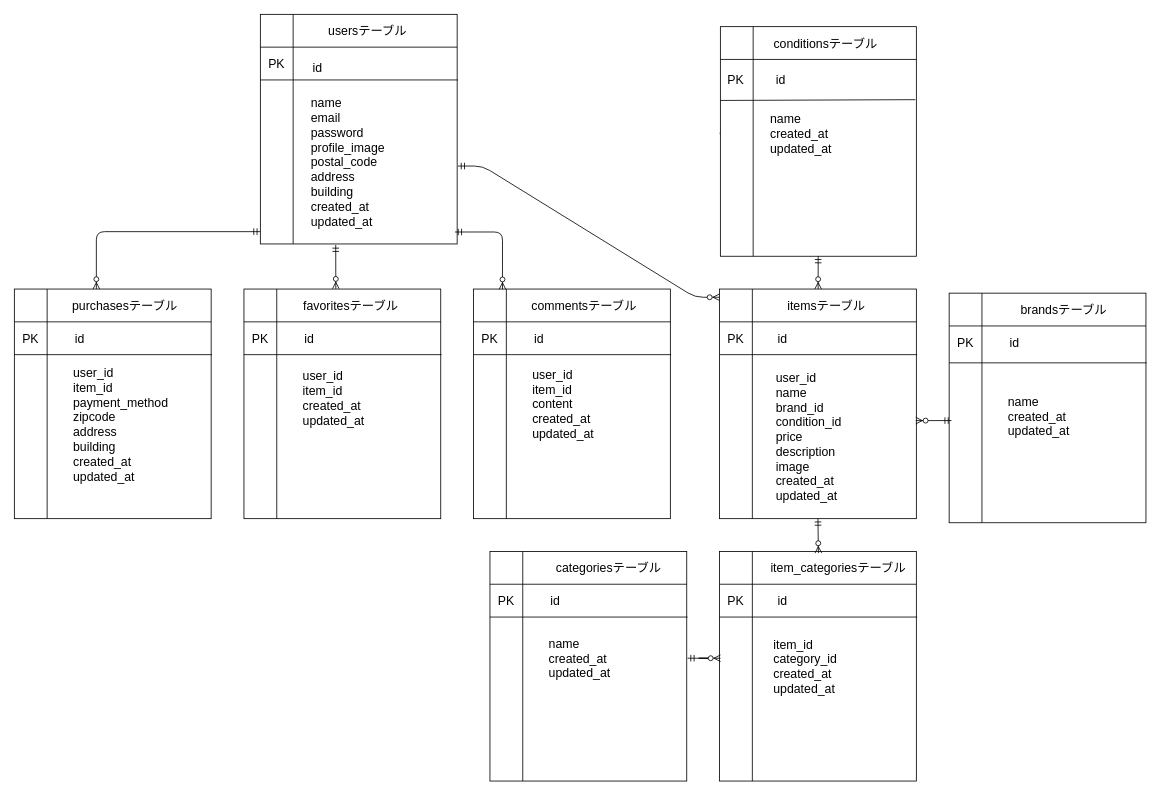
This is src/er-diagram/Flea-market.drawio from morikoshi2627/Flea-market, a draw.io file, before an edit. Source tidied: cells renumbered, new cells numbered last; positions are measured from the earlier drawing's top-left corner, leaving out a move shared by most shapes. Both pictures are drawn from the tidied source at 82%, with x=0, y=0 at pixel (14, 14).
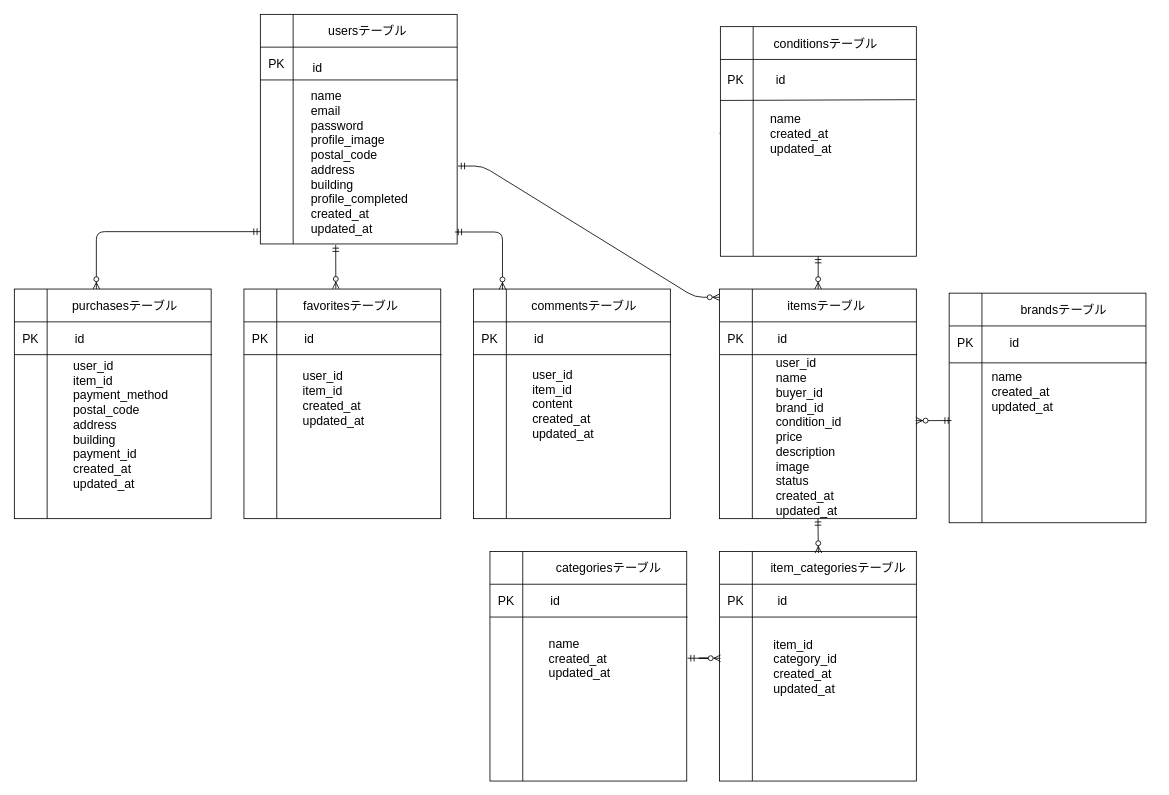
The same diagram, later.

The change refers to these unchanged cells:
```xml
<mxCell id="3" style="group;" parent="2" vertex="1">
  <mxGeometry width="241" height="280" as="geometry" />
</mxCell>
<mxCell id="48" style="group;" parent="1" vertex="1">
  <mxGeometry y="335" width="241" height="280" as="geometry" />
</mxCell>
<mxCell id="56" style="group;" parent="55" vertex="1">
  <mxGeometry y="-5" width="241" height="280" as="geometry" />
</mxCell>
<mxCell id="68" style="group;" parent="65" vertex="1">
  <mxGeometry width="220" height="270" as="geometry" />
</mxCell>
```

What changed in the source:
```diff
@@
-    <mxCell id="9" value="&lt;span style=&quot;font-size: 15px;&quot;&gt;name&lt;/span&gt;&lt;div&gt;&lt;span style=&quot;font-size: 15px;&quot;&gt;email&lt;/span&gt;&lt;/div&gt;&lt;div&gt;&lt;span style=&quot;font-size: 15px;&quot;&gt;password&lt;/span&gt;&lt;/div&gt;&lt;div&gt;&lt;span style=&quot;font-size: 15px;&quot;&gt;profile_image&lt;/span&gt;&lt;/div&gt;&lt;div&gt;&lt;span style=&quot;font-size: 15px;&quot;&gt;postal_code&lt;/span&gt;&lt;/div&gt;&lt;div&gt;&lt;span style=&quot;font-size: 15px;&quot;&gt;address&lt;/span&gt;&lt;/div&gt;&lt;div&gt;&lt;span style=&quot;font-size: 15px;&quot;&gt;building&lt;/span&gt;&lt;/div&gt;&lt;div&gt;&lt;span style=&quot;font-size: 15px;&quot;&gt;created_at&lt;/span&gt;&lt;/div&gt;&lt;div&gt;&lt;span style=&quot;font-size: 15px;&quot;&gt;updated_at&lt;/span&gt;&lt;/div&gt;" style="text;html=1;align=left;verticalAlign=middle;whiteSpace=wrap;rounded=0;" parent="3" vertex="1">
+    <mxCell id="9" value="&lt;span style=&quot;font-size: 15px;&quot;&gt;name&lt;/span&gt;&lt;div&gt;&lt;span style=&quot;font-size: 15px;&quot;&gt;email&lt;/span&gt;&lt;/div&gt;&lt;div&gt;&lt;span style=&quot;font-size: 15px;&quot;&gt;password&lt;/span&gt;&lt;/div&gt;&lt;div&gt;&lt;span style=&quot;font-size: 15px;&quot;&gt;profile_image&lt;/span&gt;&lt;/div&gt;&lt;div&gt;&lt;span style=&quot;font-size: 15px;&quot;&gt;postal_code&lt;/span&gt;&lt;/div&gt;&lt;div&gt;&lt;span style=&quot;font-size: 15px;&quot;&gt;address&lt;/span&gt;&lt;/div&gt;&lt;div&gt;&lt;span style=&quot;font-size: 15px;&quot;&gt;building&lt;/span&gt;&lt;/div&gt;&lt;div&gt;&lt;span style=&quot;font-size: 15px;&quot;&gt;profile_completed&lt;/span&gt;&lt;/div&gt;&lt;div&gt;&lt;span style=&quot;font-size: 15px;&quot;&gt;created_at&lt;/span&gt;&lt;/div&gt;&lt;div&gt;&lt;span style=&quot;font-size: 15px;&quot;&gt;updated_at&lt;/span&gt;&lt;/div&gt;" style="text;html=1;align=left;verticalAlign=middle;whiteSpace=wrap;rounded=0;" parent="3" vertex="1">
       <mxGeometry x="60" y="90" width="160" height="180" as="geometry" />
     </mxCell>
@@
-    <mxCell id="54" value="&lt;font style=&quot;font-size: 15px;&quot;&gt;user_id&lt;/font&gt;&lt;div&gt;&lt;font style=&quot;font-size: 15px;&quot;&gt;item_id&lt;/font&gt;&lt;/div&gt;&lt;div&gt;&lt;font style=&quot;font-size: 15px;&quot;&gt;payment_method&lt;/font&gt;&lt;/div&gt;&lt;div&gt;&lt;font style=&quot;font-size: 15px;&quot;&gt;zipcode&lt;/font&gt;&lt;/div&gt;&lt;div&gt;&lt;font style=&quot;font-size: 15px;&quot;&gt;address&lt;/font&gt;&lt;/div&gt;&lt;div&gt;&lt;font style=&quot;font-size: 15px;&quot;&gt;building&lt;/font&gt;&lt;/div&gt;&lt;div&gt;&lt;font style=&quot;font-size: 15px;&quot;&gt;created_at&lt;/font&gt;&lt;/div&gt;&lt;div&gt;&lt;font style=&quot;font-size: 15px;&quot;&gt;updated_at&lt;/font&gt;&lt;/div&gt;" style="text;html=1;align=left;verticalAlign=middle;whiteSpace=wrap;rounded=0;" parent="48" vertex="1">
+    <mxCell id="54" value="&lt;font style=&quot;font-size: 15px;&quot;&gt;user_id&lt;/font&gt;&lt;div&gt;&lt;font style=&quot;font-size: 15px;&quot;&gt;item_id&lt;/font&gt;&lt;/div&gt;&lt;div&gt;&lt;font style=&quot;font-size: 15px;&quot;&gt;payment_method&lt;/font&gt;&lt;/div&gt;&lt;div&gt;&lt;span style=&quot;font-size: 15px;&quot;&gt;postal_code&lt;/span&gt;&lt;/div&gt;&lt;div&gt;&lt;font style=&quot;font-size: 15px;&quot;&gt;address&lt;/font&gt;&lt;/div&gt;&lt;div&gt;&lt;font style=&quot;font-size: 15px;&quot;&gt;building&lt;/font&gt;&lt;/div&gt;&lt;div&gt;&lt;font style=&quot;&quot;&gt;&lt;span style=&quot;font-size: 15px;&quot;&gt;payment_id&lt;/span&gt;&lt;/font&gt;&lt;/div&gt;&lt;div&gt;&lt;font style=&quot;font-size: 15px;&quot;&gt;created_at&lt;/font&gt;&lt;/div&gt;&lt;div&gt;&lt;font style=&quot;font-size: 15px;&quot;&gt;updated_at&lt;/font&gt;&lt;/div&gt;" style="text;html=1;align=left;verticalAlign=middle;whiteSpace=wrap;rounded=0;" parent="48" vertex="1">
       <mxGeometry x="70" y="90" width="150" height="150" as="geometry" />
     </mxCell>
@@
     <mxCell id="62" value="&lt;font style=&quot;font-size: 15px;&quot;&gt;name&lt;/font&gt;&lt;div&gt;&lt;font style=&quot;font-size: 15px;&quot;&gt;created_at&lt;/font&gt;&lt;/div&gt;&lt;div&gt;&lt;span style=&quot;font-size: 15px;&quot;&gt;updated_at&lt;/span&gt;&lt;/div&gt;" style="text;html=1;align=left;verticalAlign=middle;whiteSpace=wrap;rounded=0;" parent="56" vertex="1">
-      <mxGeometry x="60" y="135" width="140" height="80" as="geometry" />
+      <mxGeometry x="40" y="105" width="140" height="80" as="geometry" />
     </mxCell>
@@
-    <mxCell id="72" value="&lt;font style=&quot;font-size: 15px;&quot;&gt;user_id&lt;/font&gt;&lt;div&gt;&lt;font style=&quot;font-size: 15px;&quot;&gt;name&lt;/font&gt;&lt;/div&gt;&lt;div&gt;&lt;font style=&quot;font-size: 15px;&quot;&gt;brand_id&lt;/font&gt;&lt;/div&gt;&lt;div&gt;&lt;font style=&quot;font-size: 15px;&quot;&gt;condition_id&lt;/font&gt;&lt;/div&gt;&lt;div&gt;&lt;font style=&quot;font-size: 15px;&quot;&gt;price&lt;/font&gt;&lt;/div&gt;&lt;div&gt;&lt;font style=&quot;font-size: 15px;&quot;&gt;description&lt;/font&gt;&lt;/div&gt;&lt;div&gt;&lt;font style=&quot;font-size: 15px;&quot;&gt;image&lt;/font&gt;&lt;/div&gt;&lt;div&gt;&lt;font style=&quot;font-size: 15px;&quot;&gt;created_at&lt;/font&gt;&lt;/div&gt;&lt;div&gt;&lt;font style=&quot;font-size: 15px;&quot;&gt;updated_at&lt;/font&gt;&lt;/div&gt;" style="text;html=1;align=left;verticalAlign=middle;whiteSpace=wrap;rounded=0;" parent="68" vertex="1">
+    <mxCell id="72" value="&lt;font style=&quot;font-size: 15px;&quot;&gt;user_id&lt;/font&gt;&lt;div&gt;&lt;font style=&quot;font-size: 15px;&quot;&gt;name&lt;/font&gt;&lt;/div&gt;&lt;div&gt;&lt;font style=&quot;&quot;&gt;&lt;span style=&quot;font-size: 15px;&quot;&gt;buyer_id&lt;/span&gt;&lt;/font&gt;&lt;/div&gt;&lt;div&gt;&lt;font style=&quot;font-size: 15px;&quot;&gt;brand_id&lt;/font&gt;&lt;/div&gt;&lt;div&gt;&lt;font style=&quot;font-size: 15px;&quot;&gt;condition_id&lt;/font&gt;&lt;/div&gt;&lt;div&gt;&lt;font style=&quot;font-size: 15px;&quot;&gt;price&lt;/font&gt;&lt;/div&gt;&lt;div&gt;&lt;font style=&quot;font-size: 15px;&quot;&gt;description&lt;/font&gt;&lt;/div&gt;&lt;div&gt;&lt;font style=&quot;font-size: 15px;&quot;&gt;image&lt;/font&gt;&lt;/div&gt;&lt;div&gt;&lt;font style=&quot;&quot;&gt;&lt;span style=&quot;font-size: 15px;&quot;&gt;status&lt;/span&gt;&lt;/font&gt;&lt;/div&gt;&lt;div&gt;&lt;font style=&quot;font-size: 15px;&quot;&gt;created_at&lt;/font&gt;&lt;/div&gt;&lt;div&gt;&lt;font style=&quot;font-size: 15px;&quot;&gt;updated_at&lt;/font&gt;&lt;/div&gt;" style="text;html=1;align=left;verticalAlign=middle;whiteSpace=wrap;rounded=0;" parent="68" vertex="1">
       <mxGeometry x="67" y="90" width="153" height="180" as="geometry" />
     </mxCell>
```
